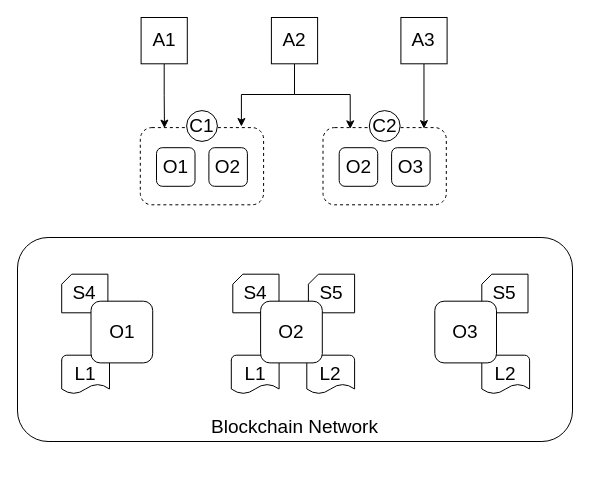
The draw.io diagram page "4.5" (5 of 10) of graduation/第四章.drawio in guanpengchn/draw.io, before the edit. Source tidied: cells renumbered, new cells numbered last; positions are measured from the earlier drawing's top-left corner, leaving out a move shared by most shapes. Both pictures are drawn from the tidied source at 100%, with x=0, y=0 at pixel (17, 17).
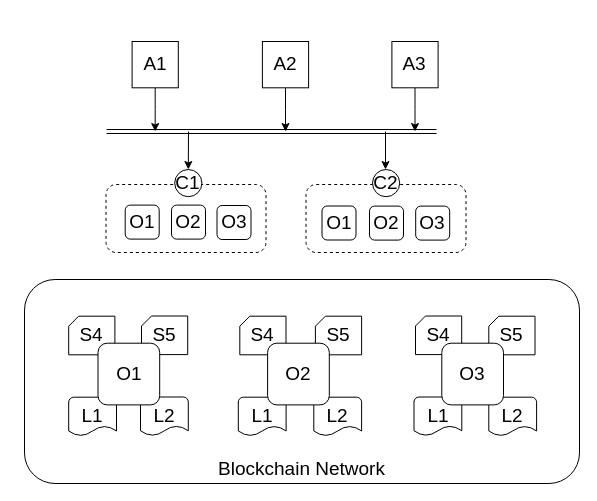
After the change.

The edit, as a diff of the source:
```diff
@@
+    <mxCell id="29" style="edgeStyle=orthogonalEdgeStyle;rounded=0;jettySize=auto;html=1;" parent="1" edge="1" source="23">
+      <mxGeometry relative="1" as="geometry">
+        <mxPoint x="137.7" y="114" as="targetPoint" />
+      </mxGeometry>
+    </mxCell>
+    <mxCell id="23" value="A1" style="rounded=0;whiteSpace=wrap;html=1;shadow=0;glass=0;comic=0;strokeWidth=1;fillColor=#ffffff;fontSize=19;" parent="1" vertex="1">
+      <mxGeometry x="114.6" y="24" width="46.2" height="46.3" as="geometry" />
+    </mxCell>
+    <mxCell id="30" style="edgeStyle=orthogonalEdgeStyle;rounded=0;jettySize=auto;html=1;" parent="1" edge="1" source="25">
+      <mxGeometry relative="1" as="geometry">
+        <mxPoint x="397.5" y="114" as="targetPoint" />
+      </mxGeometry>
+    </mxCell>
+    <mxCell id="25" value="A3" style="rounded=0;whiteSpace=wrap;html=1;shadow=0;glass=0;comic=0;strokeWidth=1;fillColor=#ffffff;fontSize=19;" parent="1" vertex="1">
+      <mxGeometry x="374.4" y="24" width="46.2" height="46.3" as="geometry" />
+    </mxCell>
+    <mxCell id="31" style="edgeStyle=orthogonalEdgeStyle;rounded=0;jettySize=auto;html=1;" parent="1" edge="1" source="28">
+      <mxGeometry relative="1" as="geometry">
+        <mxPoint x="268" y="114" as="targetPoint" />
+      </mxGeometry>
+    </mxCell>
+    <mxCell id="28" value="A2" style="rounded=0;whiteSpace=wrap;html=1;shadow=0;glass=0;comic=0;strokeWidth=1;fillColor=#ffffff;fontSize=19;" parent="1" vertex="1">
+      <mxGeometry x="244.9" y="24" width="46.2" height="46.3" as="geometry" />
+    </mxCell>
     <mxCell id="2" value="&lt;div style=&quot;text-align: right; font-size: 19px;&quot;&gt;&lt;span style=&quot;font-size: 19px;&quot;&gt;Blockchain Network&lt;/span&gt;&lt;/div&gt;" style="rounded=1;whiteSpace=wrap;html=1;fillColor=none;align=center;verticalAlign=bottom;labelPosition=center;verticalLabelPosition=middle;fontSize=19;" parent="1" vertex="1">
-      <mxGeometry y="220" width="555" height="204" as="geometry" />
+      <mxGeometry x="7" y="262" width="555" height="204" as="geometry" />
     </mxCell>
-    <mxCell id="3" value="L1" style="strokeWidth=1;html=1;shape=mxgraph.flowchart.document2;whiteSpace=wrap;size=0.25;rounded=1;glass=0;comic=0;fillColor=none;shadow=0;fontSize=19;" parent="1" vertex="1">
-      <mxGeometry x="44.2" y="337.7" width="47.8" height="38.6" as="geometry" />
-    </mxCell>
-    <mxCell id="4" style="rounded=1;whiteSpace=wrap;html=1;dashed=1;fontSize=19;" parent="1" vertex="1">
-      <mxGeometry x="122.8" y="110.1" width="123.3" height="77.2" as="geometry" />
-    </mxCell>
-    <mxCell id="5" value="L1" style="strokeWidth=1;html=1;shape=mxgraph.flowchart.document2;whiteSpace=wrap;size=0.25;rounded=1;glass=0;comic=0;fillColor=none;shadow=0;fontSize=19;" parent="1" vertex="1">
-      <mxGeometry x="213.8" y="337.7" width="47.8" height="38.6" as="geometry" />
-    </mxCell>
-    <mxCell id="6" value="L2" style="strokeWidth=1;html=1;shape=mxgraph.flowchart.document2;whiteSpace=wrap;size=0.25;rounded=1;glass=0;comic=0;fillColor=none;shadow=0;fontSize=19;" parent="1" vertex="1">
-      <mxGeometry x="289.3" y="337.7" width="47.8" height="38.6" as="geometry" />
-    </mxCell>
-    <mxCell id="7" value="L2" style="strokeWidth=1;html=1;shape=mxgraph.flowchart.document2;whiteSpace=wrap;size=0.25;rounded=1;glass=0;comic=0;fillColor=none;shadow=0;fontSize=19;" parent="1" vertex="1">
-      <mxGeometry x="464.3" y="337.7" width="47.8" height="38.6" as="geometry" />
-    </mxCell>
-    <mxCell id="8" value="S4" style="shape=card;whiteSpace=wrap;html=1;rounded=0;shadow=0;glass=0;comic=0;strokeWidth=1;fillColor=none;size=10;fontSize=19;" parent="1" vertex="1">
-      <mxGeometry x="44.2" y="256.7" width="46.2" height="38.6" as="geometry" />
-    </mxCell>
-    <mxCell id="9" value="O1" style="rounded=1;whiteSpace=wrap;html=1;fontSize=19;" parent="1" vertex="1">
-      <mxGeometry x="139" y="130.2" width="38.5" height="38.6" as="geometry" />
-    </mxCell>
-    <mxCell id="10" value="O2&lt;br style=&quot;font-size: 19px;&quot;&gt;" style="rounded=1;whiteSpace=wrap;html=1;fontSize=19;" parent="1" vertex="1">
-      <mxGeometry x="191.4" y="130.2" width="38.5" height="38.6" as="geometry" />
-    </mxCell>
+    <mxCell id="32" value="S5" style="shape=card;whiteSpace=wrap;html=1;rounded=0;shadow=0;glass=0;comic=0;strokeWidth=1;fillColor=none;size=10;fontSize=19;" parent="1" vertex="1">
+      <mxGeometry x="124" y="298.5" width="46.2" height="38.6" as="geometry" />
+    </mxCell>
+    <mxCell id="33" value="S4" style="shape=card;whiteSpace=wrap;html=1;rounded=0;shadow=0;glass=0;comic=0;strokeWidth=1;fillColor=none;size=10;fontSize=19;" parent="1" vertex="1">
+      <mxGeometry x="398" y="298.5" width="46.2" height="38.6" as="geometry" />
+    </mxCell>
+    <mxCell id="34" value="L1" style="strokeWidth=1;html=1;shape=mxgraph.flowchart.document2;whiteSpace=wrap;size=0.25;rounded=1;glass=0;comic=0;fillColor=none;shadow=0;fontSize=19;" parent="1" vertex="1">
+      <mxGeometry x="396.5" y="379.5" width="47.8" height="38.6" as="geometry" />
+    </mxCell>
+    <mxCell id="35" value="L2" style="strokeWidth=1;html=1;shape=mxgraph.flowchart.document2;whiteSpace=wrap;size=0.25;rounded=1;glass=0;comic=0;fillColor=none;shadow=0;fontSize=19;" parent="1" vertex="1">
+      <mxGeometry x="123" y="379.5" width="47.8" height="38.6" as="geometry" />
+    </mxCell>
+    <mxCell id="36" value="L1" style="strokeWidth=1;html=1;shape=mxgraph.flowchart.document2;whiteSpace=wrap;size=0.25;rounded=1;glass=0;comic=0;fillColor=none;shadow=0;fontSize=19;" parent="1" vertex="1">
+      <mxGeometry x="51.2" y="379.7" width="47.8" height="38.6" as="geometry" />
+    </mxCell>
+    <mxCell id="37" value="L1" style="strokeWidth=1;html=1;shape=mxgraph.flowchart.document2;whiteSpace=wrap;size=0.25;rounded=1;glass=0;comic=0;fillColor=none;shadow=0;fontSize=19;" parent="1" vertex="1">
+      <mxGeometry x="220.8" y="379.7" width="47.8" height="38.6" as="geometry" />
+    </mxCell>
+    <mxCell id="38" value="L2" style="strokeWidth=1;html=1;shape=mxgraph.flowchart.document2;whiteSpace=wrap;size=0.25;rounded=1;glass=0;comic=0;fillColor=none;shadow=0;fontSize=19;" parent="1" vertex="1">
+      <mxGeometry x="296.3" y="379.7" width="47.8" height="38.6" as="geometry" />
+    </mxCell>
+    <mxCell id="39" value="L2" style="strokeWidth=1;html=1;shape=mxgraph.flowchart.document2;whiteSpace=wrap;size=0.25;rounded=1;glass=0;comic=0;fillColor=none;shadow=0;fontSize=19;" parent="1" vertex="1">
+      <mxGeometry x="471.3" y="379.7" width="47.8" height="38.6" as="geometry" />
+    </mxCell>
+    <mxCell id="40" value="S4" style="shape=card;whiteSpace=wrap;html=1;rounded=0;shadow=0;glass=0;comic=0;strokeWidth=1;fillColor=none;size=10;fontSize=19;" parent="1" vertex="1">
+      <mxGeometry x="51.2" y="298.7" width="46.2" height="38.6" as="geometry" />
+    </mxCell>
+    <mxCell id="41" value="S5" style="shape=card;whiteSpace=wrap;html=1;rounded=0;shadow=0;glass=0;comic=0;strokeWidth=1;fillColor=none;size=10;fontSize=19;" parent="1" vertex="1">
+      <mxGeometry x="297.9" y="298.7" width="46.2" height="38.6" as="geometry" />
+    </mxCell>
+    <mxCell id="42" value="O1" style="rounded=1;whiteSpace=wrap;html=1;fontSize=19;" parent="1" vertex="1">
+      <mxGeometry x="80.5" y="325.7" width="61.7" height="61.7" as="geometry" />
+    </mxCell>
+    <mxCell id="43" value="S4" style="shape=card;whiteSpace=wrap;html=1;rounded=0;shadow=0;glass=0;comic=0;strokeWidth=1;fillColor=none;size=10;fontSize=19;" parent="1" vertex="1">
+      <mxGeometry x="222.3" y="298.7" width="46.2" height="38.6" as="geometry" />
+    </mxCell>
+    <mxCell id="44" value="S5" style="shape=card;whiteSpace=wrap;html=1;rounded=0;shadow=0;glass=0;comic=0;strokeWidth=1;fillColor=none;size=10;fontSize=19;" parent="1" vertex="1">
+      <mxGeometry x="471.3" y="298.7" width="46.2" height="38.6" as="geometry" />
+    </mxCell>
+    <mxCell id="20" value="O3" style="rounded=1;whiteSpace=wrap;html=1;glass=0;comic=0;fontSize=19;" parent="1" vertex="1">
+      <mxGeometry x="424.3" y="325.7" width="61.7" height="61.7" as="geometry" />
+    </mxCell>
+    <mxCell id="45" value="O2&lt;br style=&quot;font-size: 19px;&quot;&gt;" style="rounded=1;whiteSpace=wrap;html=1;fontSize=19;" parent="1" vertex="1">
+      <mxGeometry x="250.1" y="325.7" width="61.7" height="61.7" as="geometry" />
+    </mxCell>
+    <mxCell id="46" style="rounded=1;whiteSpace=wrap;html=1;dashed=1;fontSize=19;" parent="1" vertex="1">
+      <mxGeometry x="88.5" y="167" width="160" height="68" as="geometry" />
+    </mxCell>
+    <mxCell id="47" value="O1" style="rounded=1;whiteSpace=wrap;html=1;fontSize=19;" parent="1" vertex="1">
+      <mxGeometry x="107.7" y="187.6" width="34" height="34" as="geometry" />
+    </mxCell>
+    <mxCell id="48" value="O2&lt;br style=&quot;font-size: 19px;&quot;&gt;" style="rounded=1;whiteSpace=wrap;html=1;fontSize=19;" parent="1" vertex="1">
+      <mxGeometry x="154" y="187.6" width="34" height="34" as="geometry" />
+    </mxCell>
     <mxCell id="11" value="C1" style="ellipse;whiteSpace=wrap;html=1;rounded=0;shadow=0;glass=0;comic=0;strokeWidth=1;fillColor=#ffffff;fontSize=19;" parent="1" vertex="1">
-      <mxGeometry x="169.1" y="93.1" width="30.8" height="30.8" as="geometry" />
+      <mxGeometry x="157.2" y="152" width="27.2" height="27.2" as="geometry" />
     </mxCell>
-    <mxCell id="12" style="rounded=1;whiteSpace=wrap;html=1;dashed=1;fontSize=19;" parent="1" vertex="1">
-      <mxGeometry x="305.5" y="110.1" width="123.3" height="77.2" as="geometry" />
-    </mxCell>
+    <mxCell id="49" style="rounded=1;whiteSpace=wrap;html=1;dashed=1;fontSize=19;" parent="1" vertex="1">
+      <mxGeometry x="288.5" y="167" width="160" height="68" as="geometry" />
+    </mxCell>
     <mxCell id="13" value="O2" style="rounded=1;whiteSpace=wrap;html=1;fontSize=19;" parent="1" vertex="1">
-      <mxGeometry x="321.7" y="130.2" width="38.5" height="38.6" as="geometry" />
+      <mxGeometry x="352" y="188.6" width="34" height="34" as="geometry" />
     </mxCell>
-    <mxCell id="14" value="O3&lt;br style=&quot;font-size: 19px;&quot;&gt;" style="rounded=1;whiteSpace=wrap;html=1;fontSize=19;" parent="1" vertex="1">
-      <mxGeometry x="374.1" y="130.2" width="38.5" height="38.6" as="geometry" />
-    </mxCell>
+    <mxCell id="50" value="O3&lt;br style=&quot;font-size: 19px;&quot;&gt;" style="rounded=1;whiteSpace=wrap;html=1;fontSize=19;" parent="1" vertex="1">
+      <mxGeometry x="398.2" y="188.6" width="34" height="34" as="geometry" />
+    </mxCell>
     <mxCell id="15" value="C2" style="ellipse;whiteSpace=wrap;html=1;rounded=0;shadow=0;glass=0;comic=0;strokeWidth=1;fillColor=#ffffff;fontSize=19;" parent="1" vertex="1">
-      <mxGeometry x="351.8" y="93.1" width="30.8" height="30.8" as="geometry" />
+      <mxGeometry x="355" y="152" width="27.2" height="27.2" as="geometry" />
     </mxCell>
-    <mxCell id="16" value="S5" style="shape=card;whiteSpace=wrap;html=1;rounded=0;shadow=0;glass=0;comic=0;strokeWidth=1;fillColor=none;size=10;fontSize=19;" parent="1" vertex="1">
-      <mxGeometry x="290.9" y="256.7" width="46.2" height="38.6" as="geometry" />
-    </mxCell>
-    <mxCell id="17" value="O1" style="rounded=1;whiteSpace=wrap;html=1;fontSize=19;" parent="1" vertex="1">
-      <mxGeometry x="73.5" y="283.7" width="61.7" height="61.7" as="geometry" />
-    </mxCell>
-    <mxCell id="18" value="S4" style="shape=card;whiteSpace=wrap;html=1;rounded=0;shadow=0;glass=0;comic=0;strokeWidth=1;fillColor=none;size=10;fontSize=19;" parent="1" vertex="1">
-      <mxGeometry x="215.3" y="256.7" width="46.2" height="38.6" as="geometry" />
-    </mxCell>
-    <mxCell id="19" value="S5" style="shape=card;whiteSpace=wrap;html=1;rounded=0;shadow=0;glass=0;comic=0;strokeWidth=1;fillColor=none;size=10;fontSize=19;" parent="1" vertex="1">
-      <mxGeometry x="464.3" y="256.7" width="46.2" height="38.6" as="geometry" />
-    </mxCell>
-    <mxCell id="20" value="O3" style="rounded=1;whiteSpace=wrap;html=1;glass=0;comic=0;fontSize=19;" parent="1" vertex="1">
-      <mxGeometry x="417.3" y="283.7" width="61.7" height="61.7" as="geometry" />
-    </mxCell>
-    <mxCell id="21" value="O2&lt;br style=&quot;font-size: 19px;&quot;&gt;" style="rounded=1;whiteSpace=wrap;html=1;fontSize=19;" parent="1" vertex="1">
-      <mxGeometry x="243.1" y="283.7" width="61.7" height="61.7" as="geometry" />
-    </mxCell>
-    <mxCell id="22" style="edgeStyle=orthogonalEdgeStyle;rounded=0;jettySize=auto;html=1;entryX=0.196;entryY=0.007;entryDx=0;entryDy=0;entryPerimeter=0;fontSize=19;" parent="1" edge="1" source="23" target="4">
-      <mxGeometry relative="1" as="geometry" />
-    </mxCell>
-    <mxCell id="23" value="A1" style="rounded=0;whiteSpace=wrap;html=1;shadow=0;glass=0;comic=0;strokeWidth=1;fillColor=#ffffff;fontSize=19;" parent="1" vertex="1">
-      <mxGeometry x="123.6" width="46.2" height="46.3" as="geometry" />
-    </mxCell>
-    <mxCell id="24" style="edgeStyle=orthogonalEdgeStyle;rounded=0;jettySize=auto;html=1;entryX=0.819;entryY=0.013;entryDx=0;entryDy=0;entryPerimeter=0;fontSize=19;" parent="1" edge="1" source="25" target="12">
-      <mxGeometry relative="1" as="geometry" />
-    </mxCell>
-    <mxCell id="25" value="A3" style="rounded=0;whiteSpace=wrap;html=1;shadow=0;glass=0;comic=0;strokeWidth=1;fillColor=#ffffff;fontSize=19;" parent="1" vertex="1">
-      <mxGeometry x="383.4" width="46.2" height="46.3" as="geometry" />
-    </mxCell>
-    <mxCell id="26" style="edgeStyle=orthogonalEdgeStyle;rounded=0;jettySize=auto;html=1;fontSize=19;entryX=0.82;entryY=-0.014;entryDx=0;entryDy=0;entryPerimeter=0;" parent="1" edge="1" source="28" target="4">
-      <mxGeometry relative="1" as="geometry">
-        <Array as="points">
-          <mxPoint x="277" y="77" />
-          <mxPoint x="224" y="77" />
-        </Array>
-      </mxGeometry>
-    </mxCell>
-    <mxCell id="27" style="edgeStyle=orthogonalEdgeStyle;rounded=0;jettySize=auto;html=1;entryX=0.221;entryY=0.016;entryDx=0;entryDy=0;entryPerimeter=0;fontSize=19;" parent="1" edge="1" source="28" target="12">
-      <mxGeometry relative="1" as="geometry">
-        <Array as="points">
-          <mxPoint x="277.5" y="77" />
-          <mxPoint x="332.5" y="77" />
-        </Array>
-      </mxGeometry>
-    </mxCell>
-    <mxCell id="28" value="A2" style="rounded=0;whiteSpace=wrap;html=1;shadow=0;glass=0;comic=0;strokeWidth=1;fillColor=#ffffff;fontSize=19;" parent="1" vertex="1">
-      <mxGeometry x="253.9" width="46.2" height="46.3" as="geometry" />
-    </mxCell>
+    <mxCell id="51" value="O3&lt;br style=&quot;font-size: 19px;&quot;&gt;" style="rounded=1;whiteSpace=wrap;html=1;fontSize=19;" parent="1" vertex="1">
+      <mxGeometry x="199.5" y="188" width="34" height="34" as="geometry" />
+    </mxCell>
+    <mxCell id="52" value="O1" style="rounded=1;whiteSpace=wrap;html=1;fontSize=19;" parent="1" vertex="1">
+      <mxGeometry x="304.5" y="188.5" width="34" height="34" as="geometry" />
+    </mxCell>
+    <mxCell id="53" style="shape=link;html=1;" parent="1" edge="1">
+      <mxGeometry relative="1" as="geometry">
+        <mxPoint x="89" y="114" as="sourcePoint" />
+        <mxPoint x="419" y="114" as="targetPoint" />
+      </mxGeometry>
+    </mxCell>
+    <mxCell id="54" style="endArrow=classic;html=1;entryX=0.5;entryY=0;entryDx=0;entryDy=0;" parent="1" edge="1" target="11">
+      <mxGeometry relative="1" as="geometry">
+        <mxPoint x="171" y="114" as="sourcePoint" />
+      </mxGeometry>
+    </mxCell>
+    <mxCell id="55" style="endArrow=classic;html=1;entryX=0.5;entryY=0;entryDx=0;entryDy=0;" parent="1" edge="1">
+      <mxGeometry relative="1" as="geometry">
+        <mxPoint x="368" y="114" as="sourcePoint" />
+        <mxPoint x="368" y="152" as="targetPoint" />
+      </mxGeometry>
+    </mxCell>
```
